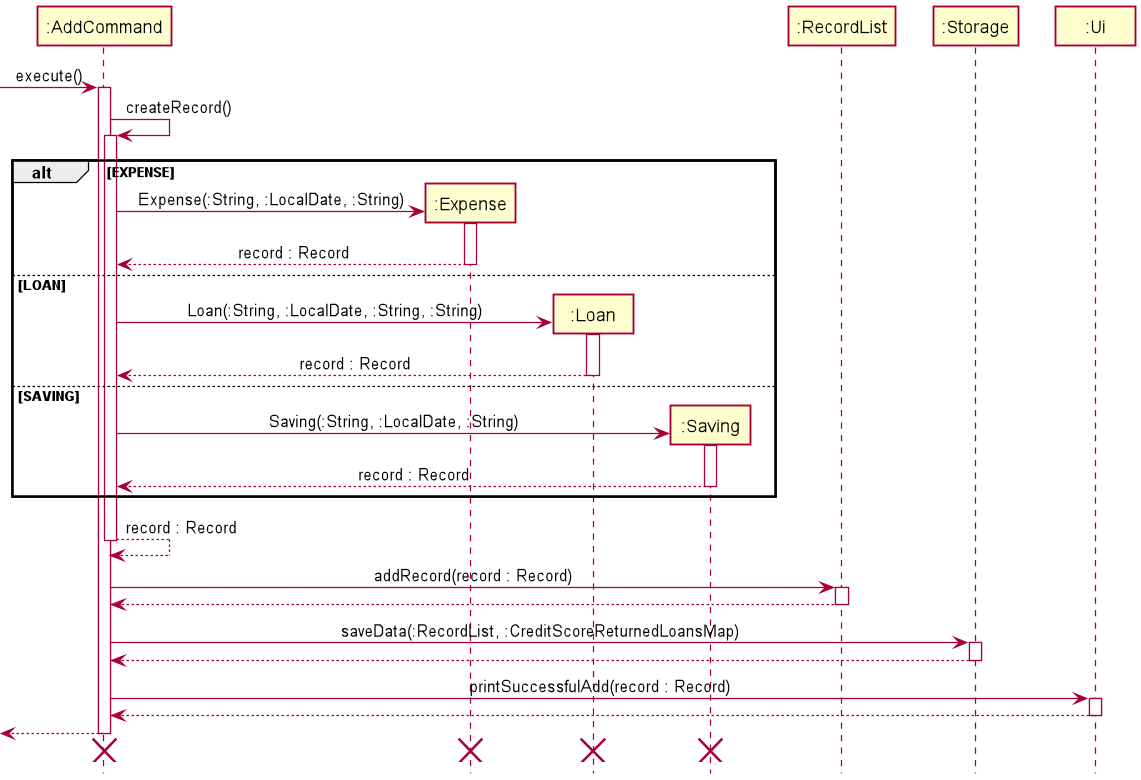
Before: docs/img/AddFeatureSequenceDiagram.png, a diagram exported from PlantUML (nus-cs2113-AY2021S2/tp).
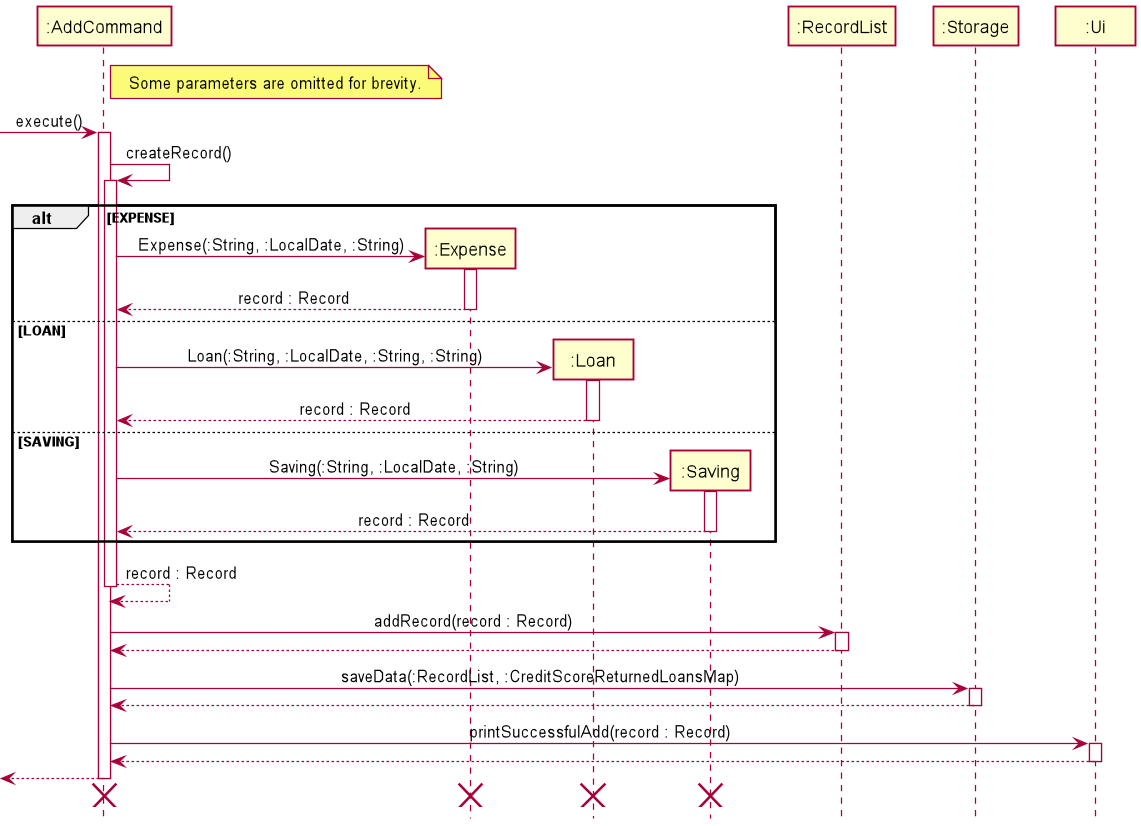
After the commit.

Change to the diagram source:
```diff
@@ -8,6 +8,10 @@
 Participant ":RecordList" as RecordList
 Participant ":Storage" as Storage
 Participant ":Ui" as UI
+
+note right of AddCommand
+    Some parameters are omitted for brevity.
+end note
 
 [-> AddCommand : execute()
 activate AddCommand
```
